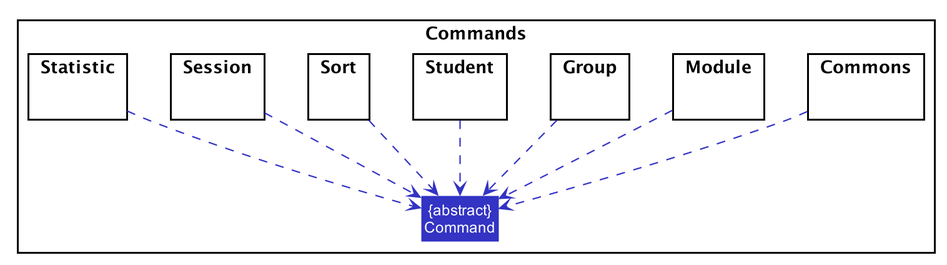
Above: docs/images/CommandsPackageDiagram1.png in nus-cs2103-AY1920S2/addressbook-level3 (PlantUML), before the change. Source of this version:
```plantuml
@startuml








skinparam BackgroundColor #FFFFFFF

skinparam Shadowing false

skinparam Class {
    FontColor #FFFFFF
    BorderThickness 1
    BorderColor #FFFFFF
    StereotypeFontColor #FFFFFF
    FontName Arial
}

skinparam Actor {
    BorderColor #000000
    Color #000000
    FontName Arial
}

skinparam Sequence {
    MessageAlign center
    BoxFontSize 15
    BoxPadding 0
    BoxFontColor #FFFFFF
    FontName Arial
}

skinparam Participant {
    FontColor #FFFFFFF
    Padding 20
}

skinparam MinClassWidth 50
skinparam ParticipantPadding 10
skinparam Shadowing false
skinparam DefaultTextAlignment center
skinparam packageStyle Rectangle

hide footbox
hide members
hide circle
skinparam arrowThickness 1.1
skinparam arrowColor #3333C4
skinparam classBackgroundColor #3333C4

Package Commands <<Rectangle>>{
Class "{abstract}\nCommand" as Command

Package Commons {}
Package Module {}
Package Group {}
Package Student {}
Package Sort {}
Package Session {}
Package Statistic {}

Commons .down.> Command
Module .down.> Command
Group .down.> Command
Student .down.> Command
Sort .down.> Command
Session .down.> Command
Statistic .down.> Command
@enduml
```
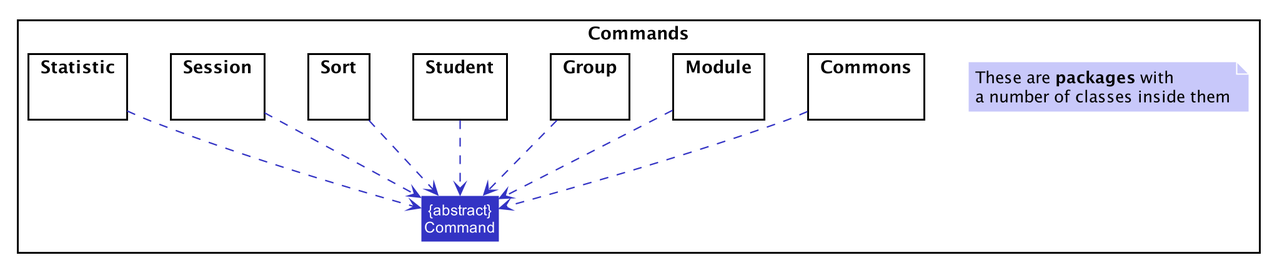
After the commit.

Commit message:
Update Logic component in DG

What changed in the source:
```diff
@@ -50,8 +50,16 @@
 skinparam arrowThickness 1.1
 skinparam arrowColor #3333C4
 skinparam classBackgroundColor #3333C4
+skinparam noteBackgroundColor #C8C8FA
+skinparam noteBorderColor LOGIC_COLOR_1
 
 Package Commands <<Rectangle>>{
+
+note as Sidenote
+These are <b>packages</b> with
+a number of classes inside them
+end note
+
 Class "{abstract}\nCommand" as Command
 
 Package Commons {}
```
